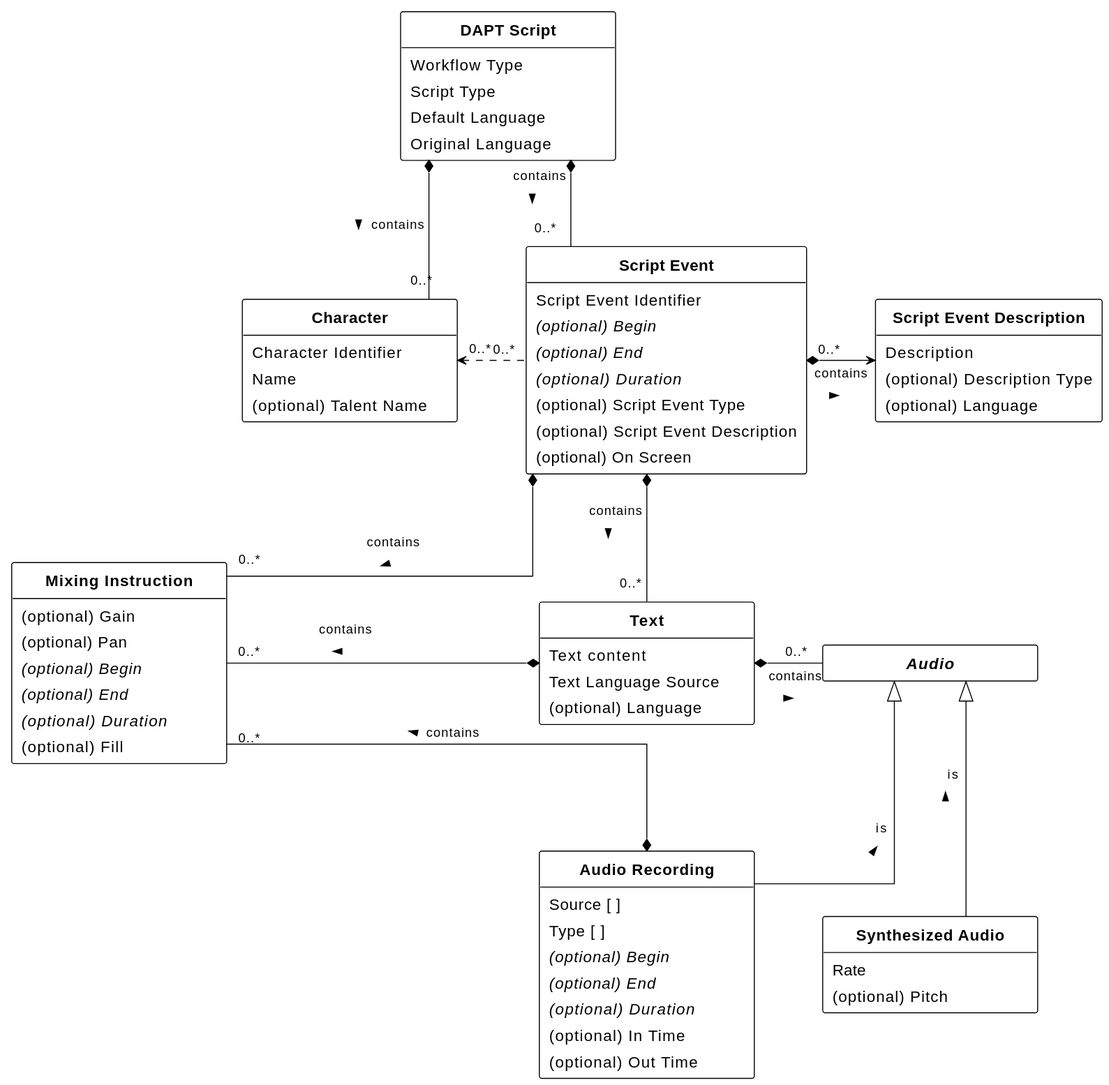
Earlier version of the PlantUML export figures/class-diagram.svg (w3c/dapt).
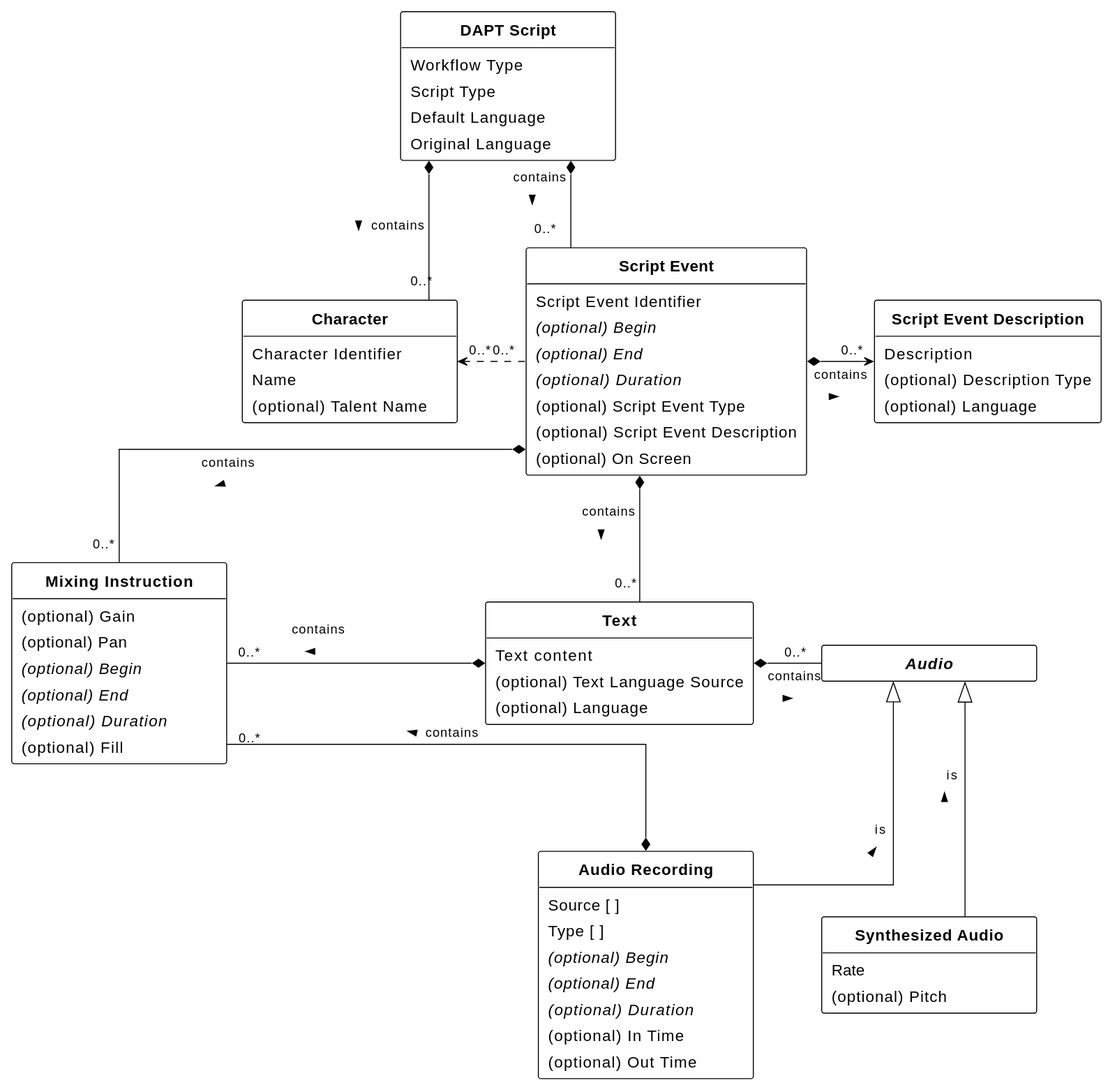
After the commit.

Commit message:
Make Text Language Source optional

The edit, as a diff of the source:
```diff
@@ -43,7 +43,7 @@
 
     Class Text as "**Text**" [[#text]] {
         Text content [[[#dfn-text]]]
-        Text Language Source [[[#text-language-source]]]
+        {field} (optional) Text Language Source [[[#text-language-source]]]
         {field} (optional) Language
     }
 }
```
